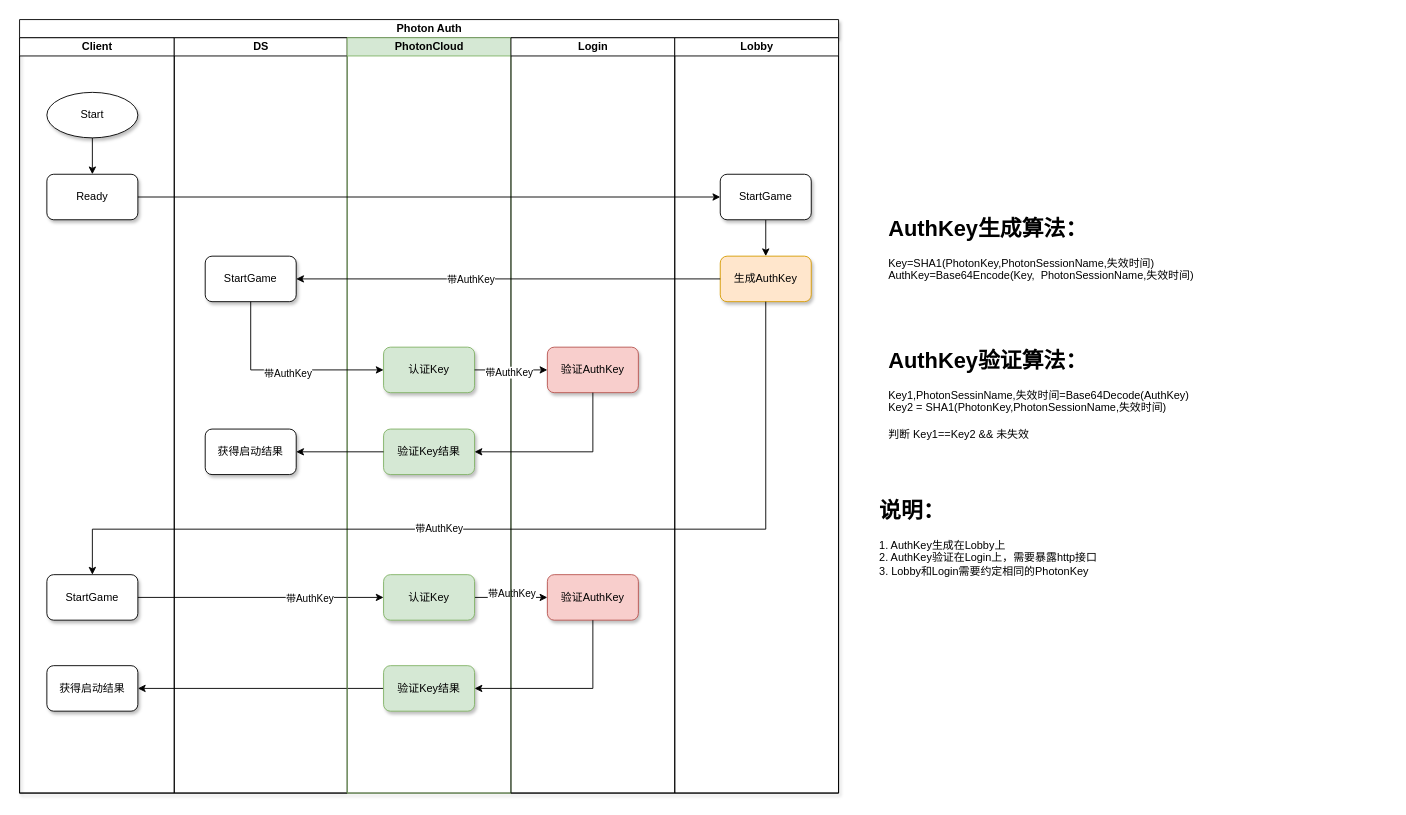
This is 未命名绘图.drawio from doingli/dabo, a draw.io file, before an edit. Source tidied: cells renumbered, new cells numbered last; positions are measured from the earlier drawing's top-left corner, leaving out a move shared by most shapes. Both pictures are drawn from the tidied source at 91%, with x=0, y=0 at pixel (19, 19).
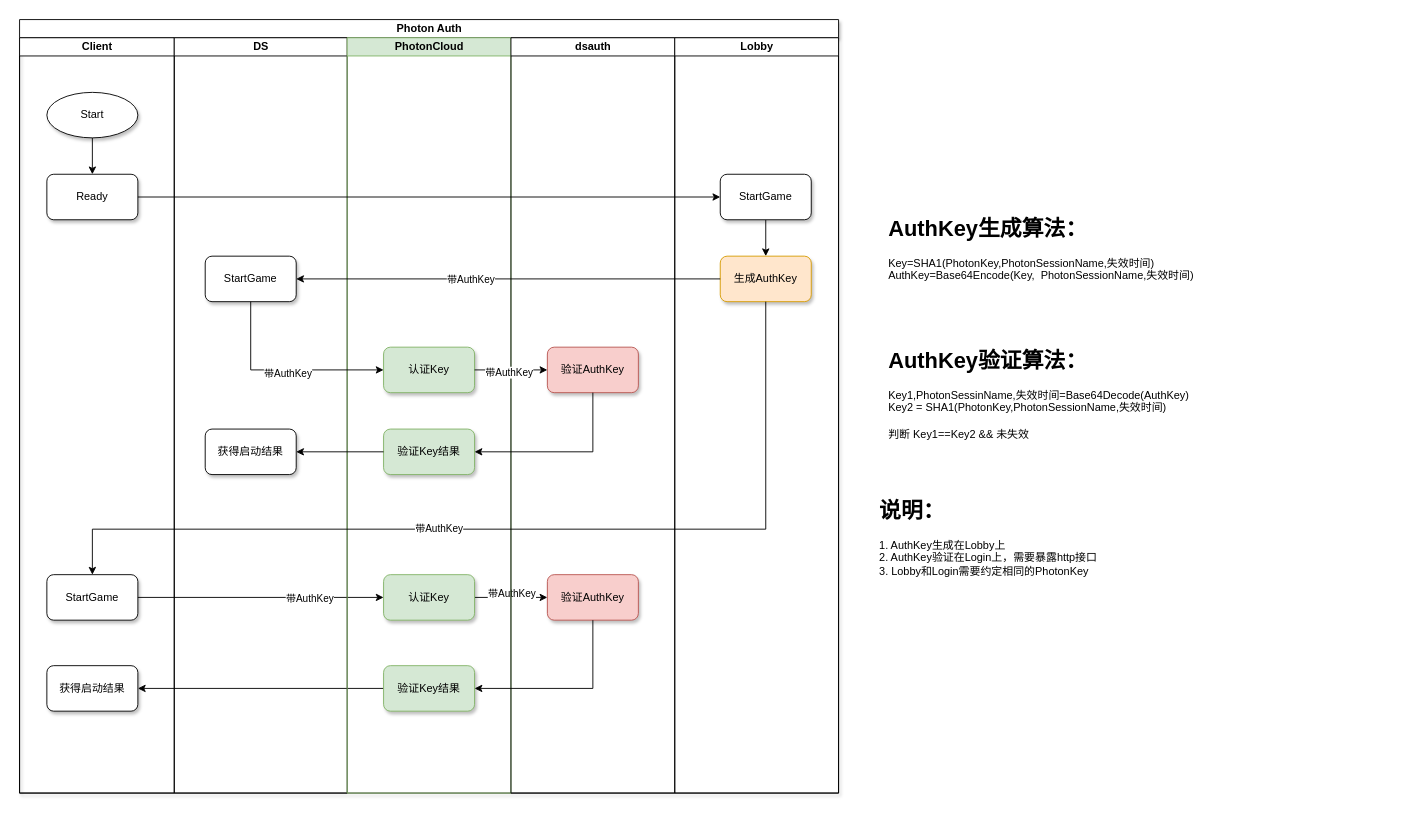
The same diagram, later.

Commit message:
更新未命名绘图.drawio

Unchanged cells that the change refers to:
```xml
<mxCell id="2" value="Photon Auth" style="swimlane;startSize=20;html=1;shadow=1;" parent="1" vertex="1">
  <mxGeometry width="900" height="850" as="geometry" />
</mxCell>
```

Diff of the diagram source:
```diff
@@
-    <mxCell id="22" value="Login" style="swimlane;startSize=20;html=1;fillColor=#FFFFFF;" parent="2" vertex="1">
+    <mxCell id="22" value="dsauth" style="swimlane;startSize=20;html=1;fillColor=#FFFFFF;" parent="2" vertex="1">
       <mxGeometry x="540" y="20" width="180" height="830" as="geometry" />
     </mxCell>
```
